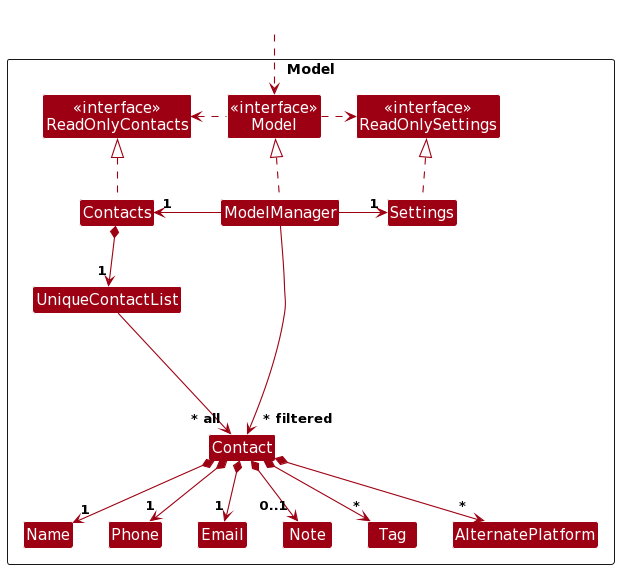
The PlantUML diagram docs/images/ModelClassDiagram.png in nus-cs2103-AY2324S1/tp, before a commit.
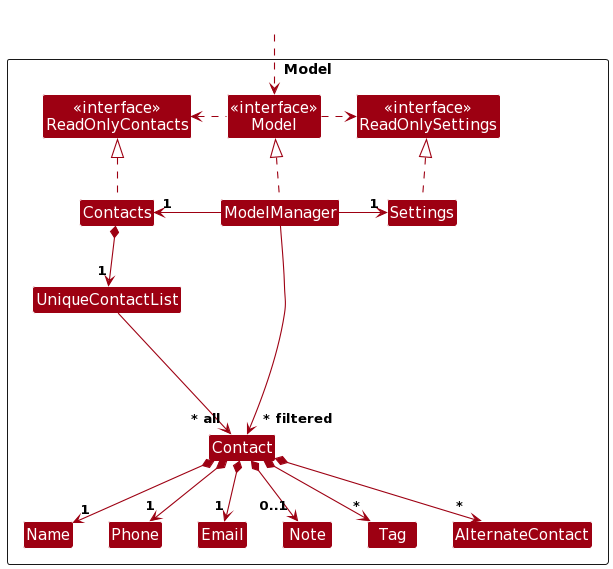
Above is the later version.

Change to the diagram source:
```diff
@@ -91,7 +91,7 @@
 Class Name
 Class Phone
 Class Tag
-Class AlternatePlatform
+Class AlternateContact
 
 Class I #FFFFFF
 }
@@ -115,7 +115,7 @@
 Contact *--> "1" Email
 Contact *--> "0..1" Note
 Contact *--> "*" Tag
-Contact *--> "*" AlternatePlatform
+Contact *--> "*" AlternateContact
 
 Contact -[hidden]up--> I
 UniqueContactList -[hidden]right-> I
```
